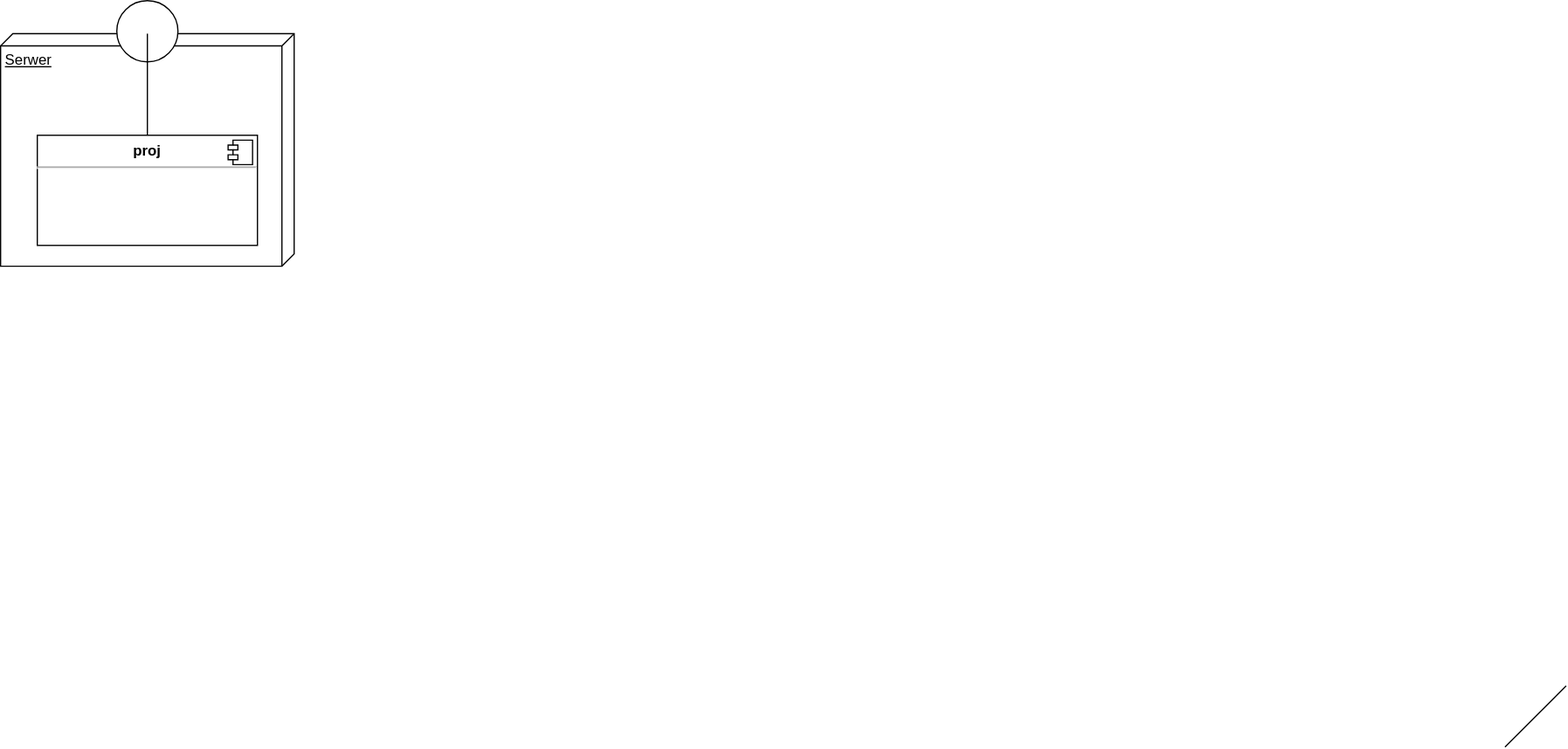
The draw.io diagram proj-arch.svg in jordus100/projector, before a commit. Source tidied: cells renumbered, new cells last; positions are measured from the earlier drawing's top-left corner, leaving out a move shared by most shapes.
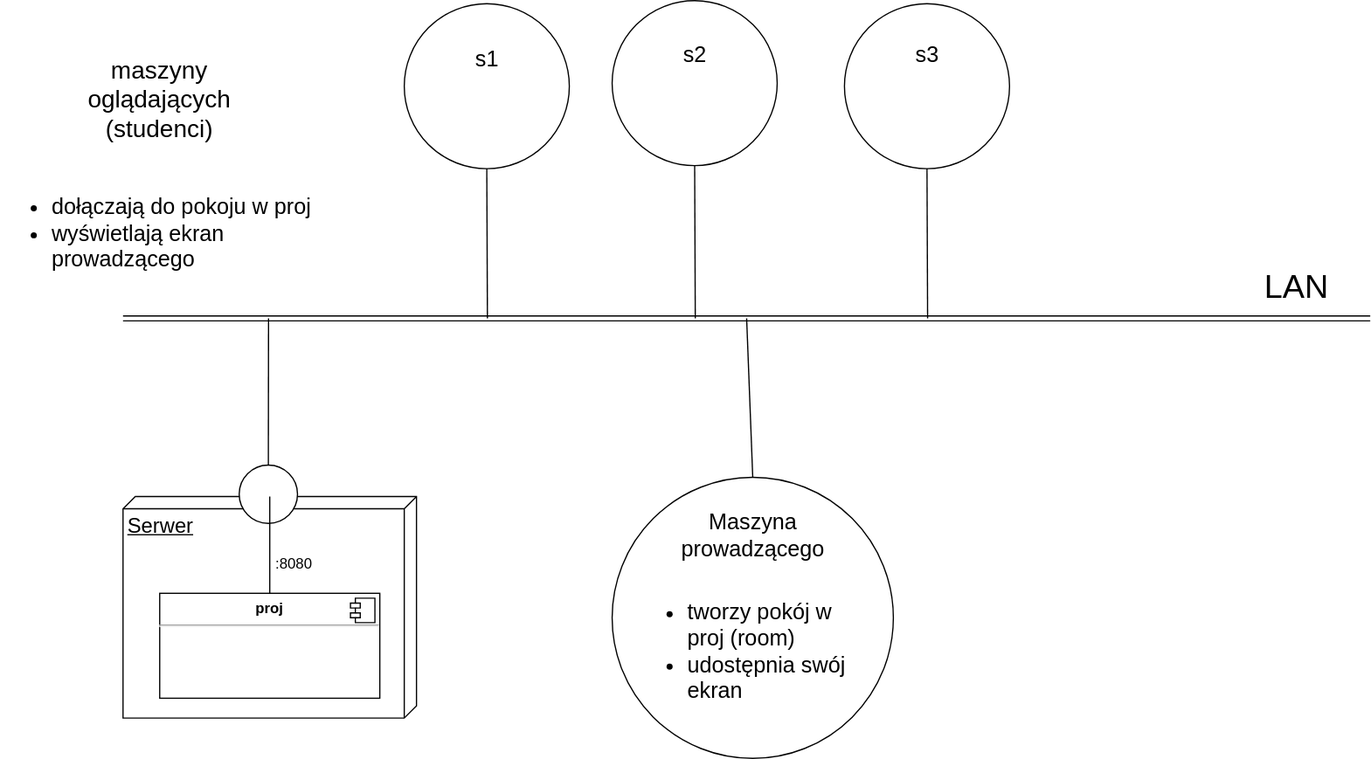
Above is the later version.

What changed in the source:
```diff
@@ -3,13 +3,13 @@
     <mxCell id="0" />
     <mxCell id="1" parent="0" />
     <mxCell id="2" style="group;" parent="1" vertex="1">
-      <mxGeometry width="240" height="217" as="geometry" />
+      <mxGeometry width="240" height="207" as="geometry" />
     </mxCell>
-    <mxCell id="3" value="Serwer" style="verticalAlign=top;align=left;spacingTop=8;spacingLeft=2;spacingRight=12;shape=cube;size=10;direction=south;fontStyle=4;html=1;whiteSpace=wrap;" parent="2" vertex="1">
-      <mxGeometry y="27" width="240" height="190" as="geometry" />
+    <mxCell id="3" value="&lt;font style=&quot;font-size: 17px;&quot;&gt;Serwer&lt;/font&gt;" style="verticalAlign=top;align=left;spacingTop=8;spacingLeft=2;spacingRight=12;shape=cube;size=10;direction=south;fontStyle=4;html=1;whiteSpace=wrap;" parent="2" vertex="1">
+      <mxGeometry y="25.8" width="240" height="181.2" as="geometry" />
     </mxCell>
     <mxCell id="4" value="&lt;p style=&quot;margin:0px;margin-top:6px;text-align:center;&quot;&gt;&lt;b&gt;proj&lt;/b&gt;&lt;/p&gt;&lt;hr&gt;&lt;p style=&quot;margin:0px;margin-left:8px;&quot;&gt;&lt;br&gt;&lt;/p&gt;" style="align=left;overflow=fill;html=1;whiteSpace=wrap;" parent="2" vertex="1">
-      <mxGeometry x="30" y="110" width="180" height="90" as="geometry" />
+      <mxGeometry x="30" y="104.9" width="180" height="85.9" as="geometry" />
     </mxCell>
     <mxCell id="5" style="shape=component;jettyWidth=8;jettyHeight=4;" parent="4" vertex="1">
       <mxGeometry x="1" width="20" height="20" relative="1" as="geometry">
@@ -17,16 +17,92 @@
       </mxGeometry>
     </mxCell>
     <mxCell id="6" style="ellipse;whiteSpace=wrap;html=1;points=[[0,0,0,0,0],[0,0.5,0,0,0],[0,1,0,0,0],[0.5,0,0,0,0],[0.5,1,0,0,0],[1,0,0,0,0],[1,0.5,0,0,0],[1,1,0,0,0]];" parent="2" vertex="1">
-      <mxGeometry x="95" width="50" height="50" as="geometry" />
+      <mxGeometry x="95" width="47.7" height="47.7" as="geometry" />
     </mxCell>
     <mxCell id="7" style="endArrow=none;html=1;rounded=0;exitX=0.5;exitY=0;exitDx=0;exitDy=0;" parent="2" edge="1" source="4" target="3">
       <mxGeometry relative="1" as="geometry" />
     </mxCell>
-    <mxCell id="8" style="endArrow=none;html=1;rounded=0;" parent="1" edge="1">
-      <mxGeometry relative="1" as="geometry">
-        <mxPoint x="1230" y="610" as="sourcePoint" />
-        <mxPoint x="1280" y="560" as="targetPoint" />
-      </mxGeometry>
-    </mxCell>
+    <mxCell id="9" value=":8080" style="text;strokeColor=none;align=center;fillColor=none;html=1;verticalAlign=middle;whiteSpace=wrap;rounded=0;" parent="2" vertex="1">
+      <mxGeometry x="110" y="66.8" width="60" height="28.6" as="geometry" />
+    </mxCell>
+    <mxCell id="10" style="shape=link;html=1;rounded=0;" parent="1" edge="1">
+      <mxGeometry relative="1" as="geometry">
+        <mxPoint y="-120" as="sourcePoint" />
+        <mxPoint x="1020" y="-120" as="targetPoint" />
+      </mxGeometry>
+    </mxCell>
+    <mxCell id="11" value="&lt;font style=&quot;font-size: 27px;&quot;&gt;LAN&lt;/font&gt;" style="text;strokeColor=none;align=center;fillColor=none;html=1;verticalAlign=middle;whiteSpace=wrap;rounded=0;" parent="1" vertex="1">
+      <mxGeometry x="930" y="-160" width="60" height="30" as="geometry" />
+    </mxCell>
+    <mxCell id="12" style="endArrow=none;html=1;rounded=0;exitX=0.5;exitY=0;exitDx=0;exitDy=0;exitPerimeter=0;" parent="1" edge="1" source="6">
+      <mxGeometry relative="1" as="geometry">
+        <mxPoint x="119" y="-120" as="targetPoint" />
+      </mxGeometry>
+    </mxCell>
+    <mxCell id="13" style="endArrow=none;html=1;rounded=0;exitX=0.5;exitY=0;exitDx=0;exitDy=0;" parent="1" edge="1" source="15">
+      <mxGeometry relative="1" as="geometry">
+        <mxPoint x="510" y="-120" as="targetPoint" />
+      </mxGeometry>
+    </mxCell>
+    <mxCell id="14" style="group;" parent="1" vertex="1">
+      <mxGeometry x="400" y="10" width="250" height="230" as="geometry" />
+    </mxCell>
+    <mxCell id="15" style="ellipse;whiteSpace=wrap;html=1;" parent="14" vertex="1">
+      <mxGeometry width="230" height="230" as="geometry" />
+    </mxCell>
+    <mxCell id="16" value="&lt;span style=&quot;font-size: 18px;&quot;&gt;Maszyna prowadzącego&lt;/span&gt;" style="text;html=1;strokeColor=none;fillColor=none;align=center;verticalAlign=middle;whiteSpace=wrap;rounded=0;" parent="15" vertex="1">
+      <mxGeometry x="45.6" y="10" width="138.9" height="76.7" as="geometry" />
+    </mxCell>
+    <mxCell id="17" value="&lt;ul style=&quot;font-size: 18px;&quot;&gt;&lt;li&gt;tworzy pokój w proj (room)&lt;/li&gt;&lt;li&gt;&lt;span style=&quot;background-color: initial;&quot;&gt;udostępnia swój ekran&lt;/span&gt;&lt;br&gt;&lt;/li&gt;&lt;/ul&gt;" style="text;strokeColor=none;fillColor=none;html=1;whiteSpace=wrap;verticalAlign=middle;overflow=hidden;" parent="15" vertex="1">
+      <mxGeometry x="20" y="80" width="190" height="120" as="geometry" />
+    </mxCell>
+    <mxCell id="18" value="&lt;font style=&quot;font-size: 20px;&quot;&gt;maszyny oglądających (studenci)&lt;/font&gt;" style="text;strokeColor=none;align=center;fillColor=none;html=1;verticalAlign=middle;whiteSpace=wrap;rounded=0;" parent="1" vertex="1">
+      <mxGeometry x="-50" y="-350" width="160" height="100" as="geometry" />
+    </mxCell>
+    <mxCell id="19" value="&lt;ul style=&quot;font-size: 18px;&quot;&gt;&lt;li&gt;&lt;span style=&quot;background-color: initial;&quot;&gt;dołączają do pokoju w proj&lt;/span&gt;&lt;br&gt;&lt;/li&gt;&lt;li&gt;wyświetlają ekran prowadzącego&lt;/li&gt;&lt;/ul&gt;" style="text;strokeColor=none;fillColor=none;html=1;whiteSpace=wrap;verticalAlign=middle;overflow=hidden;" parent="1" vertex="1">
+      <mxGeometry x="-100" y="-242.5" width="260" height="107.5" as="geometry" />
+    </mxCell>
+    <mxCell id="20" style="group;" parent="1" vertex="1">
+      <mxGeometry x="230" y="-377.5" width="135" height="135" as="geometry" />
+    </mxCell>
+    <mxCell id="21" style="ellipse;whiteSpace=wrap;html=1;" parent="20" vertex="1">
+      <mxGeometry width="135" height="135" as="geometry" />
+    </mxCell>
+    <mxCell id="22" value="&lt;font style=&quot;font-size: 18px;&quot;&gt;s1&lt;/font&gt;" style="text;strokeColor=none;align=center;fillColor=none;html=1;verticalAlign=middle;whiteSpace=wrap;rounded=0;" parent="20" vertex="1">
+      <mxGeometry x="37.5" y="30" width="60" height="30" as="geometry" />
+    </mxCell>
+    <mxCell id="23" style="endArrow=none;html=1;rounded=0;entryX=0.5;entryY=1;entryDx=0;entryDy=0;" parent="1" edge="1" target="21">
+      <mxGeometry relative="1" as="geometry">
+        <mxPoint x="298" y="-120" as="sourcePoint" />
+      </mxGeometry>
+    </mxCell>
+    <mxCell id="24" style="group;" parent="1" vertex="1">
+      <mxGeometry x="590" y="-377.5" width="135" height="135" as="geometry" />
+    </mxCell>
+    <mxCell id="25" style="ellipse;whiteSpace=wrap;html=1;" parent="24" vertex="1">
+      <mxGeometry width="135" height="135" as="geometry" />
+    </mxCell>
+    <mxCell id="26" value="&lt;span style=&quot;font-size: 18px;&quot;&gt;s3&lt;/span&gt;" style="text;strokeColor=none;align=center;fillColor=none;html=1;verticalAlign=middle;whiteSpace=wrap;rounded=0;" parent="24" vertex="1">
+      <mxGeometry x="37.5" y="27.5" width="60" height="30" as="geometry" />
+    </mxCell>
+    <mxCell id="27" style="endArrow=none;html=1;rounded=0;entryX=0.5;entryY=1;entryDx=0;entryDy=0;" parent="1" edge="1" target="25">
+      <mxGeometry relative="1" as="geometry">
+        <mxPoint x="658" y="-120" as="sourcePoint" />
+      </mxGeometry>
+    </mxCell>
+    <mxCell id="28" style="group;" parent="1" vertex="1">
+      <mxGeometry x="400" y="-360" width="135" height="135" as="geometry" />
+    </mxCell>
+    <mxCell id="29" style="ellipse;whiteSpace=wrap;html=1;" parent="28" vertex="1">
+      <mxGeometry y="-20" width="135" height="135" as="geometry" />
+    </mxCell>
+    <mxCell id="30" value="&lt;font style=&quot;font-size: 18px;&quot;&gt;s2&lt;/font&gt;" style="text;strokeColor=none;align=center;fillColor=none;html=1;verticalAlign=middle;whiteSpace=wrap;rounded=0;" parent="28" vertex="1">
+      <mxGeometry x="37.5" y="10" width="60" height="30" as="geometry" />
+    </mxCell>
+    <mxCell id="31" style="endArrow=none;html=1;rounded=0;entryX=0.5;entryY=1;entryDx=0;entryDy=0;" parent="1" edge="1" target="29">
+      <mxGeometry relative="1" as="geometry">
+        <mxPoint x="468" y="-120" as="sourcePoint" />
+      </mxGeometry>
+    </mxCell>
   </root>
 </mxGraphModel>
```
